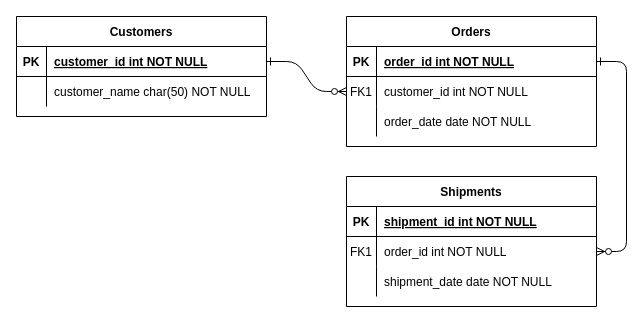
CiprianVlad/facultate keeps this draw.io diagram as Anul1/Semestrul 2/BD/proiect/Untitled Diagram.drawio. Above is the earlier version. Source tidied: cells renumbered, new cells numbered last; positions are measured from the earlier drawing's top-left corner, leaving out a move shared by most shapes. Both pictures are drawn from the tidied source at 100%, with x=0, y=0 at pixel (16, 16).
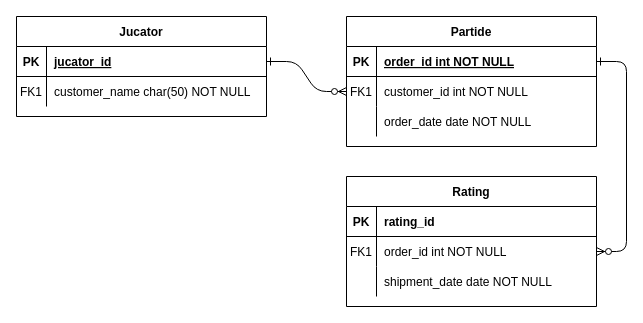
The same page after the edit.

Unchanged cells that the change refers to:
```xml
<mxCell id="15" style="shape=partialRectangle;fillColor=none;top=0;left=0;right=0;bottom=1;" parent="14" vertex="1">
  <mxGeometry y="30" width="250" height="30" as="geometry" />
</mxCell>
<mxCell id="25" style="shape=partialRectangle;fillColor=none;points=[[0,0.5],[1,0.5]];portConstraint=eastwest;top=0;left=0;right=0;bottom=1;" parent="24" vertex="1">
  <mxGeometry y="30" width="250" height="30" as="geometry" />
</mxCell>
<mxCell id="28" style="shape=partialRectangle;fillColor=none;top=0;left=0;right=0;bottom=0;" parent="24" vertex="1">
  <mxGeometry y="60" width="250" height="30" as="geometry" />
</mxCell>
```

What changed in the source:
```diff
@@
-    <mxCell id="4" value="Orders" style="shape=table;startSize=30;childLayout=tableLayout;rowLines=0;fontStyle=1;align=center;" parent="1" vertex="1">
+    <mxCell id="4" value="Partide" style="shape=table;startSize=30;childLayout=tableLayout;rowLines=0;fontStyle=1;align=center;" parent="1" vertex="1">
       <mxGeometry x="330" width="250" height="130" as="geometry" />
     </mxCell>
@@
-    <mxCell id="14" value="Shipments" style="shape=table;startSize=30;childLayout=tableLayout;rowLines=0;fontStyle=1;align=center;" parent="1" vertex="1">
+    <mxCell id="14" value="Rating" style="shape=table;startSize=30;childLayout=tableLayout;rowLines=0;fontStyle=1;align=center;" parent="1" vertex="1">
       <mxGeometry x="330" y="160" width="250" height="130" as="geometry" />
     </mxCell>
@@
-    <mxCell id="17" value="shipment_id int NOT NULL " style="shape=partialRectangle;overflow=hidden;fillColor=none;top=0;left=0;bottom=0;right=0;align=left;spacingLeft=6;fontStyle=5;" parent="15" vertex="1">
+    <mxCell id="17" value="rating_id" style="shape=partialRectangle;overflow=hidden;fillColor=none;top=0;left=0;bottom=0;right=0;align=left;spacingLeft=6;fontStyle=1;" parent="15" vertex="1">
       <mxGeometry x="30" width="220" height="30" as="geometry" />
     </mxCell>
@@
-    <mxCell id="24" value="Customers" style="shape=table;startSize=30;childLayout=tableLayout;rowLines=0;fontStyle=1;align=center;" parent="1" vertex="1">
+    <mxCell id="24" value="Jucator" style="shape=table;startSize=30;childLayout=tableLayout;rowLines=0;fontStyle=1;align=center;" parent="1" vertex="1">
       <mxGeometry width="250" height="100" as="geometry" />
     </mxCell>
@@
-    <mxCell id="27" value="customer_id int NOT NULL " style="shape=partialRectangle;overflow=hidden;fillColor=none;top=0;left=0;bottom=0;right=0;align=left;spacingLeft=6;fontStyle=5;" parent="25" vertex="1">
+    <mxCell id="27" value="jucator_id" style="shape=partialRectangle;overflow=hidden;fillColor=none;top=0;left=0;bottom=0;right=0;align=left;spacingLeft=6;fontStyle=5;" parent="25" vertex="1">
       <mxGeometry x="30" width="220" height="30" as="geometry" />
     </mxCell>
@@
-    <mxCell id="29" style="shape=partialRectangle;overflow=hidden;fillColor=none;top=0;left=0;bottom=0;right=0;" parent="28" vertex="1">
+    <mxCell id="29" value="FK1" style="shape=partialRectangle;overflow=hidden;fillColor=none;top=0;left=0;bottom=0;right=0;" parent="28" vertex="1">
       <mxGeometry width="30" height="30" as="geometry" />
     </mxCell>
```
